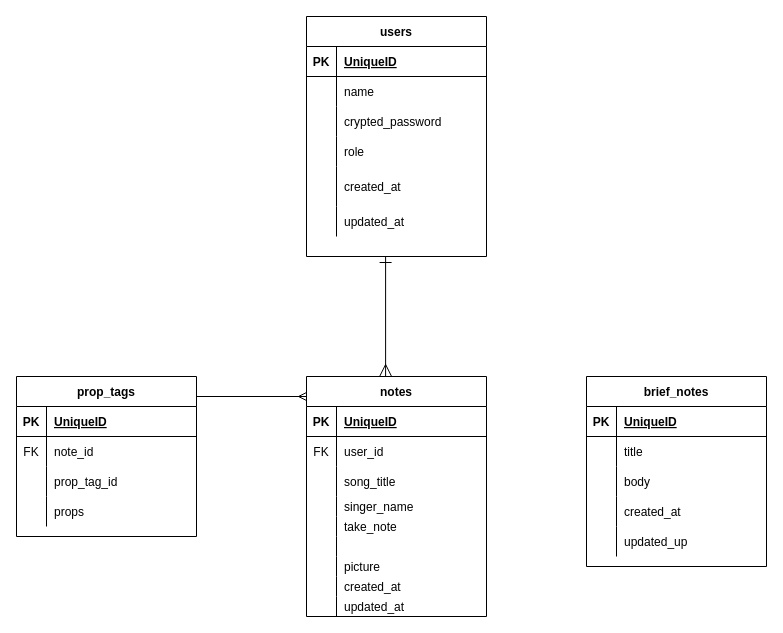
This is .drawio from anmamimu/rehearsal, a draw.io file, before an edit. Source tidied: cells renumbered, new cells numbered last; positions are measured from the earlier drawing's top-left corner, leaving out a move shared by most shapes. Both pictures are drawn from the tidied source at 100%, with x=0, y=0 at pixel (16, 16).
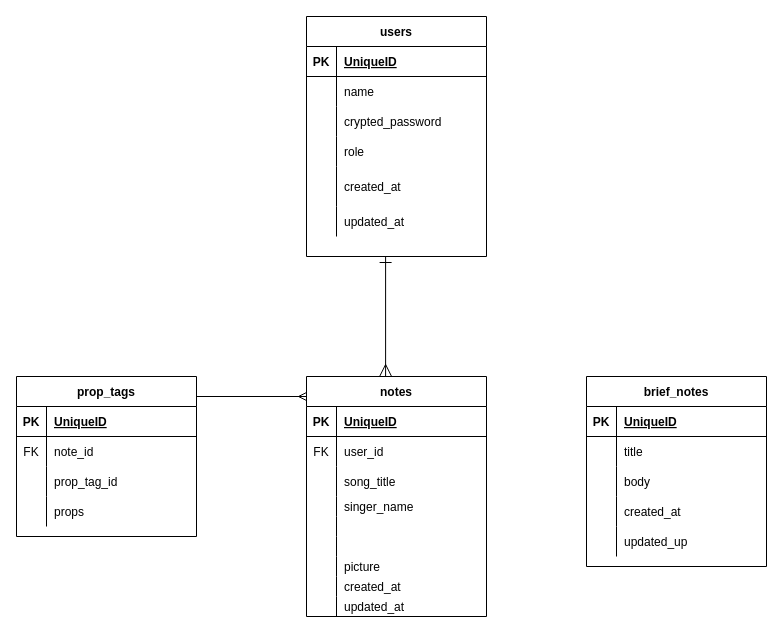
The same diagram, later.

Unchanged cells that the change refers to:
```xml
<mxCell id="64" style="shape=partialRectangle;fillColor=none;top=0;left=0;bottom=0;right=0;" parent="51" vertex="1">
  <mxGeometry y="140" width="180" height="20" as="geometry" />
</mxCell>
```

The edit, as a diff of the source:
```diff
@@
-    <mxCell id="66" value="take_note" style="shape=partialRectangle;fillColor=none;top=0;left=0;bottom=0;right=0;align=left;spacingLeft=6;overflow=hidden;" parent="64" vertex="1">
+    <mxCell id="66" style="shape=partialRectangle;fillColor=none;top=0;left=0;bottom=0;right=0;align=left;spacingLeft=6;overflow=hidden;" parent="64" vertex="1">
       <mxGeometry x="30" width="150" height="20" as="geometry" />
     </mxCell>
```
